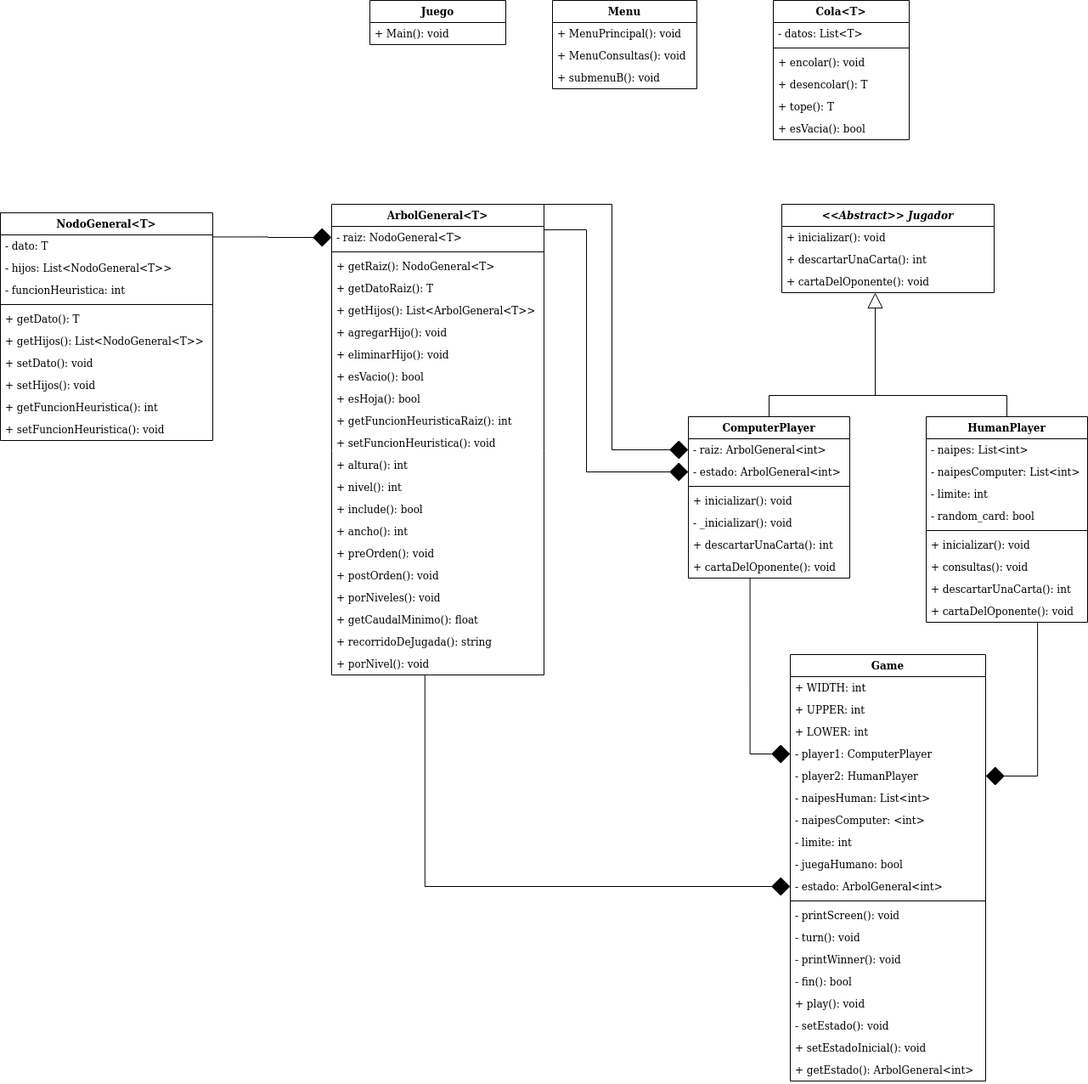
The draw.io diagram UML CTEDyA.png in salinasmatias/CTEDyA_2020_1C_Com2_TPF_Salinas_Matias, before a commit. Source tidied: cells renumbered, new cells last; positions are measured from the earlier drawing's top-left corner, leaving out a move shared by most shapes.
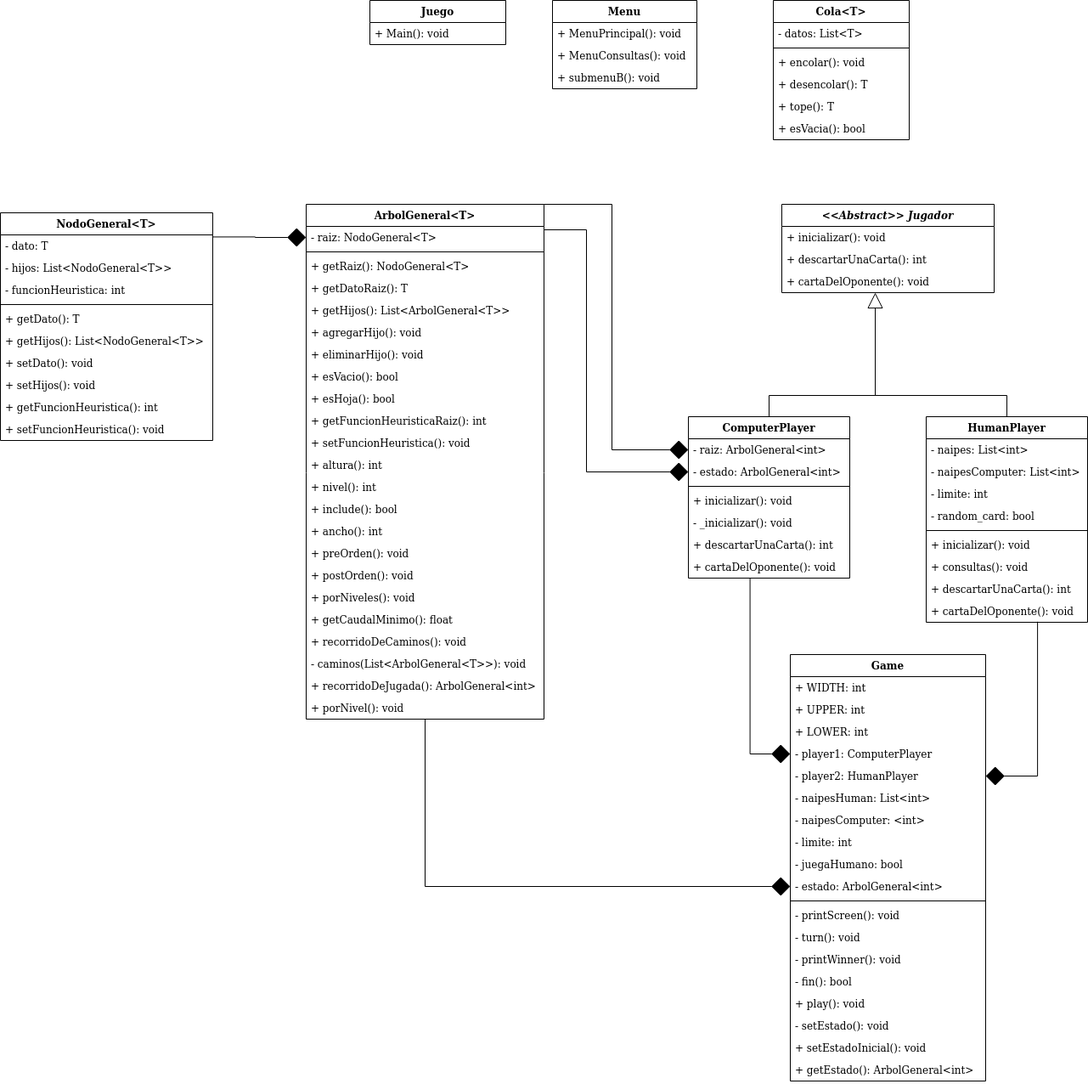
The same file after the commit.

Commit message:
Agregando informe y diagrama UML actualizados

Change to the diagram source:
```diff
@@ -40,7 +40,7 @@
     <mxCell id="8" style="edgeStyle=orthogonalEdgeStyle;rounded=0;jettySize=auto;html=1;exitX=0;exitY=0.5;exitDx=0;exitDy=0;entryX=0.382;entryY=0.995;entryDx=0;entryDy=0;entryPerimeter=0;startArrow=diamond;startFill=1;startSize=20;sourcePerimeterSpacing=4;endArrow=none;endFill=0;targetPerimeterSpacing=1;strokeWidth=1;" parent="1" edge="1" source="83" target="32">
       <mxGeometry relative="1" as="geometry" />
     </mxCell>
-    <mxCell id="9" style="edgeStyle=orthogonalEdgeStyle;rounded=0;jettySize=auto;html=1;exitX=0;exitY=0.5;exitDx=0;exitDy=0;entryX=0.439;entryY=1.005;entryDx=0;entryDy=0;entryPerimeter=0;startArrow=diamond;startFill=1;startSize=20;sourcePerimeterSpacing=4;endArrow=none;endFill=0;targetPerimeterSpacing=1;strokeWidth=1;" parent="1" edge="1" source="89" target="54">
+    <mxCell id="9" style="edgeStyle=orthogonalEdgeStyle;rounded=0;jettySize=auto;html=1;exitX=0;exitY=0.5;exitDx=0;exitDy=0;entryX=0.5;entryY=1;entryDx=0;entryDy=0;startArrow=diamond;startFill=1;startSize=20;sourcePerimeterSpacing=4;endArrow=none;endFill=0;targetPerimeterSpacing=1;strokeWidth=1;" parent="1" edge="1" source="89" target="33">
       <mxGeometry relative="1" as="geometry" />
     </mxCell>
     <mxCell id="10" style="edgeStyle=orthogonalEdgeStyle;rounded=0;jettySize=auto;html=1;exitX=0;exitY=0.5;exitDx=0;exitDy=0;startArrow=diamond;startFill=1;startSize=20;sourcePerimeterSpacing=4;endArrow=none;endFill=0;targetPerimeterSpacing=1;strokeWidth=1;" parent="1" edge="1" source="34">
@@ -115,70 +115,76 @@
       <mxGeometry y="164" width="190" height="26" as="geometry" />
     </mxCell>
     <mxCell id="33" value="ArbolGeneral&lt;T&gt;" style="swimlane;fontStyle=1;align=center;verticalAlign=top;horizontal=1;startSize=26;" parent="1" vertex="1">
-      <mxGeometry x="390" y="240" width="250" height="554" as="geometry" />
+      <mxGeometry x="360" y="240" width="280" height="606" as="geometry" />
     </mxCell>
     <mxCell id="34" value="- raiz: NodoGeneral&lt;T&gt;" style="text;strokeColor=none;fillColor=none;align=left;verticalAlign=top;spacingLeft=4;spacingRight=4;overflow=hidden;points=[[0,0.5],[1,0.5]];portConstraint=eastwest;" parent="33" vertex="1">
-      <mxGeometry y="26" width="250" height="26" as="geometry" />
+      <mxGeometry y="26" width="280" height="26" as="geometry" />
     </mxCell>
     <mxCell id="35" style="line;strokeWidth=1;fillColor=none;align=left;verticalAlign=middle;spacingTop=-1;spacingLeft=3;spacingRight=3;labelPosition=right;" parent="33" vertex="1">
-      <mxGeometry y="52" width="250" height="8" as="geometry" />
+      <mxGeometry y="52" width="280" height="8" as="geometry" />
     </mxCell>
     <mxCell id="36" value="+ getRaiz(): NodoGeneral&lt;T&gt;" style="text;strokeColor=none;fillColor=none;align=left;verticalAlign=top;spacingLeft=4;spacingRight=4;overflow=hidden;" parent="33" vertex="1">
-      <mxGeometry y="60" width="250" height="26" as="geometry" />
+      <mxGeometry y="60" width="280" height="26" as="geometry" />
     </mxCell>
     <mxCell id="37" value="+ getDatoRaiz(): T" style="text;strokeColor=none;fillColor=none;align=left;verticalAlign=top;spacingLeft=4;spacingRight=4;overflow=hidden;" parent="33" vertex="1">
-      <mxGeometry y="86" width="250" height="26" as="geometry" />
+      <mxGeometry y="86" width="280" height="26" as="geometry" />
     </mxCell>
     <mxCell id="38" value="+ getHijos(): List&lt;ArbolGeneral&lt;T&gt;&gt;" style="text;strokeColor=none;fillColor=none;align=left;verticalAlign=top;spacingLeft=4;spacingRight=4;overflow=hidden;" parent="33" vertex="1">
-      <mxGeometry y="112" width="250" height="26" as="geometry" />
+      <mxGeometry y="112" width="280" height="26" as="geometry" />
     </mxCell>
     <mxCell id="39" value="+ agregarHijo(): void" style="text;strokeColor=none;fillColor=none;align=left;verticalAlign=top;spacingLeft=4;spacingRight=4;overflow=hidden;" parent="33" vertex="1">
-      <mxGeometry y="138" width="250" height="26" as="geometry" />
+      <mxGeometry y="138" width="280" height="26" as="geometry" />
     </mxCell>
     <mxCell id="40" value="+ eliminarHijo(): void" style="text;strokeColor=none;fillColor=none;align=left;verticalAlign=top;spacingLeft=4;spacingRight=4;overflow=hidden;" parent="33" vertex="1">
-      <mxGeometry y="164" width="250" height="26" as="geometry" />
+      <mxGeometry y="164" width="280" height="26" as="geometry" />
     </mxCell>
     <mxCell id="41" value="+ esVacio(): bool" style="text;strokeColor=none;fillColor=none;align=left;verticalAlign=top;spacingLeft=4;spacingRight=4;overflow=hidden;" parent="33" vertex="1">
-      <mxGeometry y="190" width="250" height="26" as="geometry" />
+      <mxGeometry y="190" width="280" height="26" as="geometry" />
     </mxCell>
     <mxCell id="42" value="+ esHoja(): bool" style="text;strokeColor=none;fillColor=none;align=left;verticalAlign=top;spacingLeft=4;spacingRight=4;overflow=hidden;" parent="33" vertex="1">
-      <mxGeometry y="216" width="250" height="26" as="geometry" />
+      <mxGeometry y="216" width="280" height="26" as="geometry" />
     </mxCell>
     <mxCell id="43" value="+ getFuncionHeuristicaRaiz(): int" style="text;strokeColor=none;fillColor=none;align=left;verticalAlign=top;spacingLeft=4;spacingRight=4;overflow=hidden;" parent="33" vertex="1">
-      <mxGeometry y="242" width="250" height="26" as="geometry" />
+      <mxGeometry y="242" width="280" height="26" as="geometry" />
     </mxCell>
     <mxCell id="44" value="+ setFuncionHeuristica(): void" style="text;strokeColor=none;fillColor=none;align=left;verticalAlign=top;spacingLeft=4;spacingRight=4;overflow=hidden;" parent="33" vertex="1">
-      <mxGeometry y="268" width="250" height="26" as="geometry" />
+      <mxGeometry y="268" width="280" height="26" as="geometry" />
     </mxCell>
     <mxCell id="45" value="+ altura(): int" style="text;strokeColor=none;fillColor=none;align=left;verticalAlign=top;spacingLeft=4;spacingRight=4;overflow=hidden;" parent="33" vertex="1">
-      <mxGeometry y="294" width="250" height="26" as="geometry" />
+      <mxGeometry y="294" width="280" height="26" as="geometry" />
     </mxCell>
     <mxCell id="46" value="+ nivel(): int" style="text;strokeColor=none;fillColor=none;align=left;verticalAlign=top;spacingLeft=4;spacingRight=4;overflow=hidden;" parent="33" vertex="1">
-      <mxGeometry y="320" width="250" height="26" as="geometry" />
+      <mxGeometry y="320" width="280" height="26" as="geometry" />
     </mxCell>
     <mxCell id="47" value="+ include(): bool" style="text;strokeColor=none;fillColor=none;align=left;verticalAlign=top;spacingLeft=4;spacingRight=4;overflow=hidden;" parent="33" vertex="1">
-      <mxGeometry y="346" width="250" height="26" as="geometry" />
+      <mxGeometry y="346" width="280" height="26" as="geometry" />
     </mxCell>
     <mxCell id="48" value="+ ancho(): int" style="text;strokeColor=none;fillColor=none;align=left;verticalAlign=top;spacingLeft=4;spacingRight=4;overflow=hidden;" parent="33" vertex="1">
-      <mxGeometry y="372" width="250" height="26" as="geometry" />
+      <mxGeometry y="372" width="280" height="26" as="geometry" />
     </mxCell>
     <mxCell id="49" value="+ preOrden(): void" style="text;strokeColor=none;fillColor=none;align=left;verticalAlign=top;spacingLeft=4;spacingRight=4;overflow=hidden;" parent="33" vertex="1">
-      <mxGeometry y="398" width="250" height="26" as="geometry" />
+      <mxGeometry y="398" width="280" height="26" as="geometry" />
     </mxCell>
     <mxCell id="50" value="+ postOrden(): void" style="text;strokeColor=none;fillColor=none;align=left;verticalAlign=top;spacingLeft=4;spacingRight=4;overflow=hidden;" parent="33" vertex="1">
-      <mxGeometry y="424" width="250" height="26" as="geometry" />
+      <mxGeometry y="424" width="280" height="26" as="geometry" />
     </mxCell>
     <mxCell id="51" value="+ porNiveles(): void" style="text;strokeColor=none;fillColor=none;align=left;verticalAlign=top;spacingLeft=4;spacingRight=4;overflow=hidden;" parent="33" vertex="1">
-      <mxGeometry y="450" width="250" height="26" as="geometry" />
+      <mxGeometry y="450" width="280" height="26" as="geometry" />
     </mxCell>
     <mxCell id="52" value="+ getCaudalMinimo(): float" style="text;strokeColor=none;fillColor=none;align=left;verticalAlign=top;spacingLeft=4;spacingRight=4;overflow=hidden;" parent="33" vertex="1">
-      <mxGeometry y="476" width="250" height="26" as="geometry" />
+      <mxGeometry y="476" width="280" height="26" as="geometry" />
     </mxCell>
+    <mxCell id="99" value="+ recorridoDeCaminos(): void" style="text;strokeColor=none;fillColor=none;align=left;verticalAlign=top;spacingLeft=4;spacingRight=4;overflow=hidden;" parent="33" vertex="1">
+      <mxGeometry y="502" width="280" height="26" as="geometry" />
+    </mxCell>
+    <mxCell id="100" value="- caminos(List&lt;ArbolGeneral&lt;T&gt;&gt;): void" style="text;strokeColor=none;fillColor=none;align=left;verticalAlign=top;spacingLeft=4;spacingRight=4;overflow=hidden;" parent="33" vertex="1">
+      <mxGeometry y="528" width="280" height="26" as="geometry" />
+    </mxCell>
-    <mxCell id="53" value="+ recorridoDeJugada(): string" style="text;strokeColor=none;fillColor=none;align=left;verticalAlign=top;spacingLeft=4;spacingRight=4;overflow=hidden;" parent="33" vertex="1">
-      <mxGeometry y="502" width="250" height="26" as="geometry" />
+    <mxCell id="53" value="+ recorridoDeJugada(): ArbolGeneral&lt;int&gt;" style="text;strokeColor=none;fillColor=none;align=left;verticalAlign=top;spacingLeft=4;spacingRight=4;overflow=hidden;" parent="33" vertex="1">
+      <mxGeometry y="554" width="280" height="26" as="geometry" />
     </mxCell>
     <mxCell id="54" value="+ porNivel(): void" style="text;strokeColor=none;fillColor=none;align=left;verticalAlign=top;spacingLeft=4;spacingRight=4;overflow=hidden;points=[[0,0.5],[1,0.5]];portConstraint=eastwest;" parent="33" vertex="1">
-      <mxGeometry y="528" width="250" height="26" as="geometry" />
+      <mxGeometry y="580" width="280" height="26" as="geometry" />
     </mxCell>
     <mxCell id="55" value="NodoGeneral&lt;T&gt;" style="swimlane;fontStyle=1;align=center;verticalAlign=top;horizontal=1;startSize=26;" parent="1" vertex="1">
       <mxGeometry y="250" width="250" height="268" as="geometry" />
```
